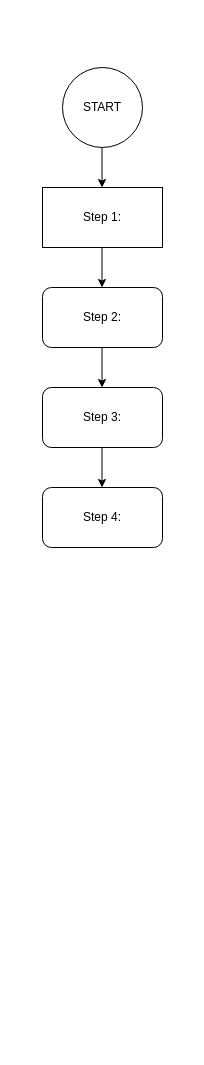
Above: page "Page-5" (5 of 5) of flowchart1.drawio in AlfredPhan/flowchart (draw.io), before the change. Source tidied: cells renumbered, new cells numbered last; positions are measured from the earlier drawing's top-left corner, leaving out a move shared by most shapes. Both pictures are drawn from the tidied source at 100%, with x=0, y=0 at pixel (42, 67).
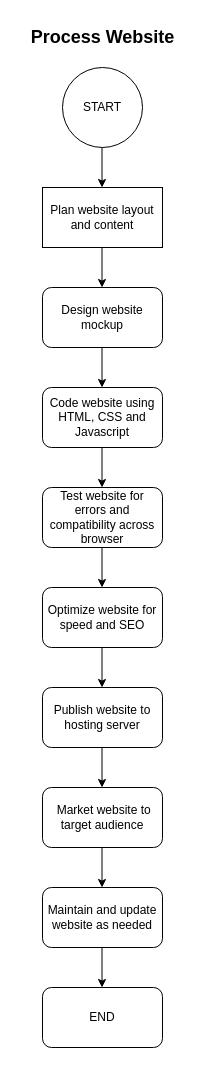
After the change.

Diff of the diagram source:
```diff
@@
-    <mxCell id="4" value="Step 1:" style="whiteSpace=wrap;html=1;" parent="1" vertex="1">
+    <mxCell id="4" value="Plan website layout and content" style="whiteSpace=wrap;html=1;" parent="1" vertex="1">
       <mxGeometry y="120" width="120" height="60" as="geometry" />
     </mxCell>
@@
-    <mxCell id="6" value="Step 2:" style="rounded=1;whiteSpace=wrap;html=1;" parent="1" vertex="1">
+    <mxCell id="6" value="Design website mockup" style="rounded=1;whiteSpace=wrap;html=1;" parent="1" vertex="1">
       <mxGeometry y="220" width="120" height="60" as="geometry" />
     </mxCell>
@@
-    <mxCell id="8" value="Step 3:" style="rounded=1;whiteSpace=wrap;html=1;" parent="1" vertex="1">
+    <mxCell id="8" value="Code website using HTML, CSS and Javascript" style="rounded=1;whiteSpace=wrap;html=1;" parent="1" vertex="1">
       <mxGeometry y="320" width="120" height="60" as="geometry" />
     </mxCell>
@@
-    <mxCell id="10" value="Step 4:" style="rounded=1;whiteSpace=wrap;html=1;" parent="1" vertex="1">
+    <mxCell id="10" value="Test website for errors and compatibility across browser" style="rounded=1;whiteSpace=wrap;html=1;" parent="1" vertex="1">
       <mxGeometry y="420" width="120" height="60" as="geometry" />
     </mxCell>
+    <mxCell id="11" value="&lt;font style=&quot;font-size: 18px;&quot;&gt;&lt;b&gt;Process Website&lt;/b&gt;&lt;/font&gt;" style="text;html=1;align=center;verticalAlign=middle;strokeColor=none;fillColor=none;" parent="1" vertex="1">
+      <mxGeometry x="-25" y="-50" width="170" height="40" as="geometry" />
+    </mxCell>
+    <mxCell id="12" style="edgeStyle=none;orthogonalLoop=1;jettySize=auto;html=1;rounded=0;" parent="1" edge="1">
+      <mxGeometry relative="1" as="geometry">
+        <mxPoint x="59.5" y="480" as="sourcePoint" />
+        <mxPoint x="59.5" y="520" as="targetPoint" />
+      </mxGeometry>
+    </mxCell>
+    <mxCell id="13" value="Optimize website for speed and SEO" style="rounded=1;whiteSpace=wrap;html=1;" parent="1" vertex="1">
+      <mxGeometry y="520" width="120" height="60" as="geometry" />
+    </mxCell>
+    <mxCell id="14" style="edgeStyle=none;orthogonalLoop=1;jettySize=auto;html=1;rounded=0;" parent="1" edge="1">
+      <mxGeometry relative="1" as="geometry">
+        <mxPoint x="59.5" y="580" as="sourcePoint" />
+        <mxPoint x="59.5" y="620" as="targetPoint" />
+      </mxGeometry>
+    </mxCell>
+    <mxCell id="15" value="Publish website to hosting server" style="rounded=1;whiteSpace=wrap;html=1;" parent="1" vertex="1">
+      <mxGeometry y="620" width="120" height="60" as="geometry" />
+    </mxCell>
+    <mxCell id="16" style="edgeStyle=none;orthogonalLoop=1;jettySize=auto;html=1;rounded=0;" parent="1" edge="1">
+      <mxGeometry relative="1" as="geometry">
+        <mxPoint x="59.5" y="680" as="sourcePoint" />
+        <mxPoint x="59.5" y="720" as="targetPoint" />
+      </mxGeometry>
+    </mxCell>
+    <mxCell id="17" value="&amp;nbsp;Market website to target audience" style="rounded=1;whiteSpace=wrap;html=1;" parent="1" vertex="1">
+      <mxGeometry y="720" width="120" height="60" as="geometry" />
+    </mxCell>
+    <mxCell id="18" style="edgeStyle=none;orthogonalLoop=1;jettySize=auto;html=1;rounded=0;" parent="1" edge="1">
+      <mxGeometry relative="1" as="geometry">
+        <mxPoint x="59.5" y="780" as="sourcePoint" />
+        <mxPoint x="59.5" y="820" as="targetPoint" />
+      </mxGeometry>
+    </mxCell>
+    <mxCell id="19" value="Maintain and update website as needed" style="rounded=1;whiteSpace=wrap;html=1;" parent="1" vertex="1">
+      <mxGeometry y="820" width="120" height="60" as="geometry" />
+    </mxCell>
+    <mxCell id="20" style="edgeStyle=none;orthogonalLoop=1;jettySize=auto;html=1;rounded=0;" parent="1" edge="1">
+      <mxGeometry relative="1" as="geometry">
+        <mxPoint x="59.5" y="880" as="sourcePoint" />
+        <mxPoint x="59.5" y="920" as="targetPoint" />
+      </mxGeometry>
+    </mxCell>
+    <mxCell id="21" value="END" style="rounded=1;whiteSpace=wrap;html=1;" parent="1" vertex="1">
+      <mxGeometry y="920" width="120" height="60" as="geometry" />
+    </mxCell>
```
